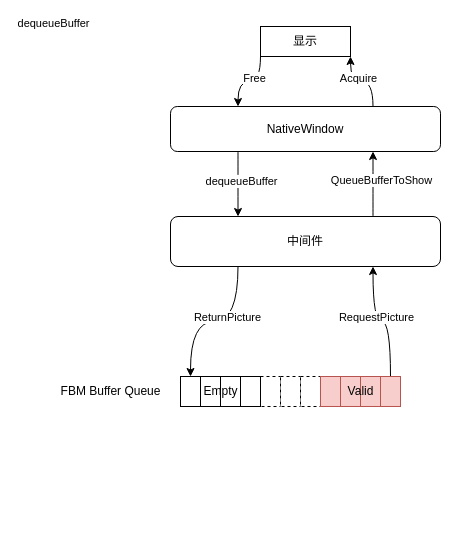
Earlier version of the draw.io diagram 未命名绘图.drawio (qjzh0603/drawio). Source tidied: cells renumbered, new cells numbered last; positions are measured from the earlier drawing's top-left corner, leaving out a move shared by most shapes. Both pictures are drawn from the tidied source at 100%, with x=0, y=0 at pixel (50, 26).
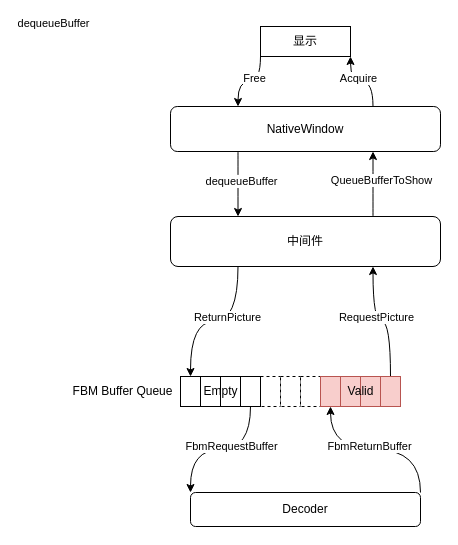
Above is the later version.

Commit message:
更新未命名绘图.drawio

Unchanged cells that the change refers to:
```xml
<mxCell id="23" style="rounded=0;whiteSpace=wrap;html=1;shadow=0;comic=0;fillColor=#f8cecc;strokeColor=#b85450;" parent="22" vertex="1">
  <mxGeometry width="20" height="30" as="geometry" />
</mxCell>
<mxCell id="33" style="rounded=0;whiteSpace=wrap;html=1;shadow=0;comic=0;" parent="29" vertex="1">
  <mxGeometry x="60" width="20" height="30" as="geometry" />
</mxCell>
```

Change to the diagram source:
```diff
@@
     <mxCell id="35" value="FBM Buffer Queue" style="text;html=1;align=center;verticalAlign=middle;" parent="1" vertex="1">
-      <mxGeometry y="355" width="120" height="20" as="geometry" />
+      <mxGeometry x="12" y="355" width="120" height="20" as="geometry" />
     </mxCell>
+    <mxCell id="36" style="edgeStyle=orthogonalEdgeStyle;curved=1;rounded=0;jettySize=auto;html=1;exitX=1;exitY=0;exitDx=0;exitDy=0;entryX=0.5;entryY=1;entryDx=0;entryDy=0;" parent="1" edge="1" source="38" target="23">
+      <mxGeometry relative="1" as="geometry" />
+    </mxCell>
+    <mxCell id="37" value="FbmReturnBuffer" style="edgeLabel;html=1;align=center;verticalAlign=middle;" parent="36" vertex="1">
+      <mxGeometry x="0.36" y="-4" relative="1" as="geometry">
+        <mxPoint x="25" as="offset" />
+      </mxGeometry>
+    </mxCell>
+    <mxCell id="38" value="Decoder" style="rounded=1;whiteSpace=wrap;html=1;shadow=0;comic=0;" parent="1" vertex="1">
+      <mxGeometry x="140" y="466" width="230" height="34" as="geometry" />
+    </mxCell>
+    <mxCell id="39" style="edgeStyle=orthogonalEdgeStyle;curved=1;rounded=0;jettySize=auto;html=1;exitX=0.5;exitY=1;exitDx=0;exitDy=0;entryX=0;entryY=0;entryDx=0;entryDy=0;" parent="1" edge="1" source="33" target="38">
+      <mxGeometry relative="1" as="geometry" />
+    </mxCell>
+    <mxCell id="40" value="FbmRequestBuffer" style="edgeLabel;html=1;align=center;verticalAlign=middle;" parent="39" vertex="1">
+      <mxGeometry x="-0.22" y="1" relative="1" as="geometry">
+        <mxPoint x="-6" y="-5" as="offset" />
+      </mxGeometry>
+    </mxCell>
```
